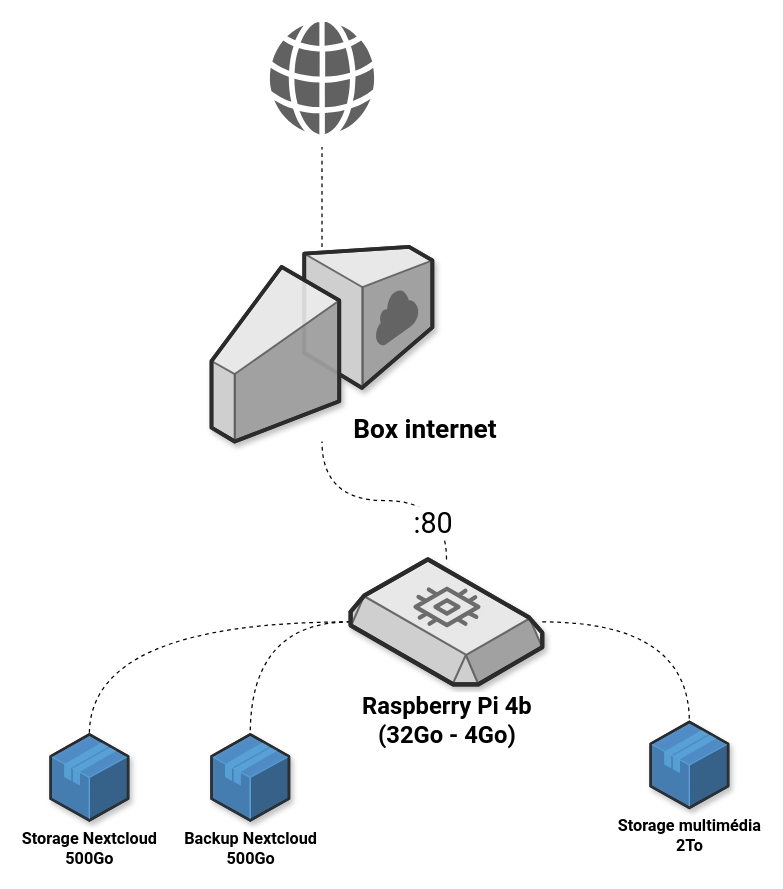
adrien-chinour/infra-raspberry keeps this draw.io diagram as page "Hardware" (1 of 3) of architecture-raspberry.drawio. Above is the earlier version. Source tidied: cells renumbered, new cells numbered last; positions are measured from the earlier drawing's top-left corner, leaving out a move shared by most shapes. Both pictures are drawn from the tidied source at 125%, with x=0, y=0 at pixel (50, 21).
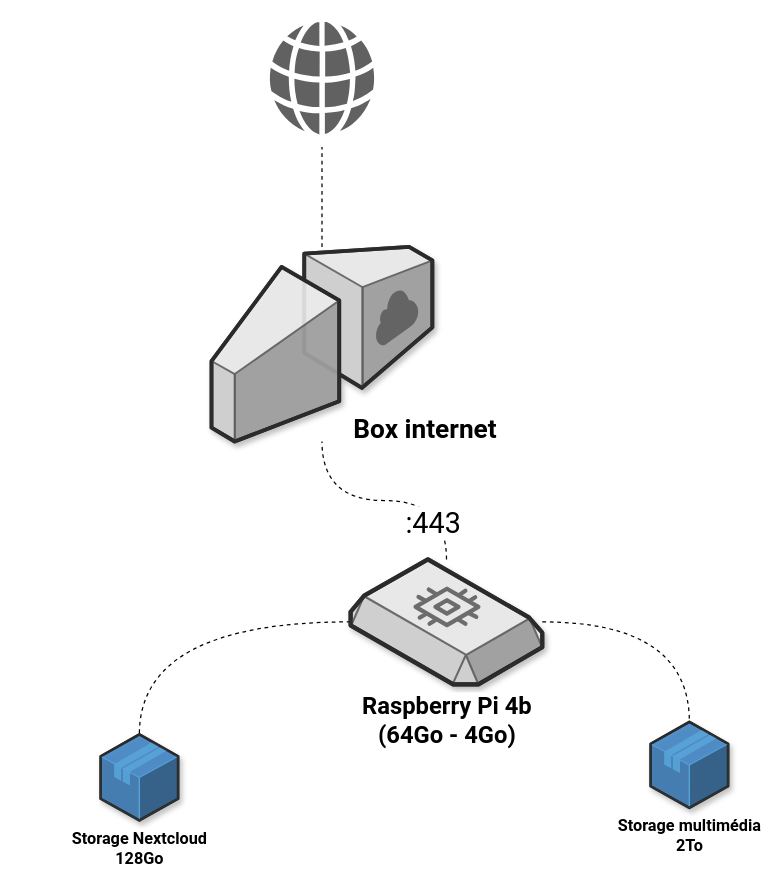
Above is the later version.

The edit, as a diff of the source:
```diff
@@
 <mxGraphModel>
   <root>
     <mxCell id="0" />
     <mxCell id="1" parent="0" />
     <mxCell id="2" style="shadow=0;dashed=0;html=1;strokeColor=none;fillColor=#505050;labelPosition=center;verticalLabelPosition=bottom;verticalAlign=top;align=center;shape=mxgraph.office.concepts.globe_internet;labelBackgroundColor=#ffffff;fontFamily=Garamond;fontSize=22;fontColor=#000000;opacity=90;" parent="1" vertex="1">
       <mxGeometry x="174.9" width="84.4" height="90" as="geometry" />
     </mxCell>
     <mxCell id="3" style="edgeStyle=orthogonalEdgeStyle;curved=1;rounded=0;jettySize=auto;html=1;dashed=1;endArrow=none;endFill=0;fontFamily=Garamond;fontSize=22;fontColor=#000000;" parent="1" edge="1" source="8" target="10">
       <mxGeometry relative="1" as="geometry" />
     </mxCell>
     <mxCell id="4" style="edgeStyle=orthogonalEdgeStyle;curved=1;rounded=0;jettySize=auto;html=1;dashed=1;endArrow=none;endFill=0;fontFamily=Garamond;fontSize=22;fontColor=#000000;" parent="1" edge="1" source="8" target="9">
       <mxGeometry relative="1" as="geometry" />
     </mxCell>
     <mxCell id="5" style="edgeStyle=orthogonalEdgeStyle;curved=1;rounded=0;jettySize=auto;html=1;dashed=1;endArrow=none;endFill=0;fontFamily=Garamond;fontSize=22;fontColor=#000000;" parent="1" edge="1" source="8" target="12">
       <mxGeometry relative="1" as="geometry" />
     </mxCell>
-    <mxCell id="6" value=":80" style="edgeLabel;html=1;align=center;verticalAlign=middle;fontSize=23;fontFamily=Roboto;fontColor=#000000;" parent="5" vertex="1">
+    <mxCell id="6" value=":443" style="edgeLabel;html=1;align=center;verticalAlign=middle;fontSize=23;fontFamily=Roboto;fontColor=#000000;" parent="5" vertex="1">
       <mxGeometry x="-0.64" y="11" relative="1" as="geometry">
         <mxPoint x="-0.3" y="5" as="offset" />
       </mxGeometry>
     </mxCell>
-    <mxCell id="7" style="edgeStyle=orthogonalEdgeStyle;curved=1;rounded=0;jettySize=auto;html=1;dashed=1;endArrow=none;endFill=0;fontFamily=Roboto;fontSize=13;fontColor=#000000;" parent="1" edge="1" source="8" target="14">
-      <mxGeometry relative="1" as="geometry" />
-    </mxCell>
-    <mxCell id="8" value="&lt;div style=&quot;font-size: 19px;&quot;&gt;&lt;font style=&quot;font-size: 19px;&quot;&gt;Raspberry Pi 4b &lt;br style=&quot;font-size: 19px;&quot;&gt;&lt;/font&gt;&lt;/div&gt;&lt;div style=&quot;font-size: 19px;&quot;&gt;&lt;font style=&quot;font-size: 19px;&quot;&gt;(32Go - 4Go)&lt;/font&gt;&lt;/div&gt;" style="verticalLabelPosition=bottom;html=1;verticalAlign=top;strokeWidth=1;align=center;outlineConnect=0;dashed=0;outlineConnect=0;shape=mxgraph.aws3d.ebs2;fillColor=#ECECEC;strokeColor=#5E5E5E;shadow=1;labelBackgroundColor=#ffffff;fontFamily=Roboto;fontSize=19;fontColor=#000000;opacity=90;fontStyle=1;" parent="1" vertex="1">
+    <mxCell id="8" value="&lt;div style=&quot;font-size: 19px&quot;&gt;&lt;font style=&quot;font-size: 19px&quot;&gt;Raspberry Pi 4b &lt;br style=&quot;font-size: 19px&quot;&gt;&lt;/font&gt;&lt;/div&gt;&lt;div style=&quot;font-size: 19px&quot;&gt;&lt;font style=&quot;font-size: 19px&quot;&gt;(64Go - 4Go)&lt;/font&gt;&lt;/div&gt;" style="verticalLabelPosition=bottom;html=1;verticalAlign=top;strokeWidth=1;align=center;outlineConnect=0;dashed=0;outlineConnect=0;shape=mxgraph.aws3d.ebs2;fillColor=#ECECEC;strokeColor=#5E5E5E;shadow=1;labelBackgroundColor=#ffffff;fontFamily=Roboto;fontSize=19;fontColor=#000000;opacity=90;fontStyle=1;" parent="1" vertex="1">
       <mxGeometry x="240" y="430" width="153.3" height="100" as="geometry" />
     </mxCell>
-    <mxCell id="9" value="&lt;div style=&quot;font-size: 13px;&quot;&gt;Storage Nextcloud&lt;/div&gt;&lt;div style=&quot;font-size: 13px;&quot;&gt;500Go&lt;br style=&quot;font-size: 13px;&quot;&gt;&lt;/div&gt;" style="verticalLabelPosition=bottom;html=1;verticalAlign=top;strokeWidth=1;align=center;outlineConnect=0;dashed=0;outlineConnect=0;shape=mxgraph.aws3d.application;fillColor=#4286c5;strokeColor=#57A2D8;shadow=1;labelBackgroundColor=#ffffff;fontFamily=Roboto;fontSize=13;fontColor=#000000;opacity=90;fontStyle=1;" parent="1" vertex="1">
-      <mxGeometry y="570" width="62" height="68.8" as="geometry" />
+    <mxCell id="9" value="&lt;div style=&quot;font-size: 13px&quot;&gt;Storage Nextcloud&lt;/div&gt;&lt;div style=&quot;font-size: 13px&quot;&gt;128Go&lt;br style=&quot;font-size: 13px&quot;&gt;&lt;/div&gt;" style="verticalLabelPosition=bottom;html=1;verticalAlign=top;strokeWidth=1;align=center;outlineConnect=0;dashed=0;outlineConnect=0;shape=mxgraph.aws3d.application;fillColor=#4286c5;strokeColor=#57A2D8;shadow=1;labelBackgroundColor=#ffffff;fontFamily=Roboto;fontSize=13;fontColor=#000000;opacity=90;fontStyle=1;" parent="1" vertex="1">
+      <mxGeometry x="40" y="570" width="62" height="68.8" as="geometry" />
     </mxCell>
     <mxCell id="10" value="&lt;div&gt;Storage multimédia &lt;br&gt;&lt;/div&gt;&lt;div&gt;2To&lt;/div&gt;" style="verticalLabelPosition=bottom;html=1;verticalAlign=top;strokeWidth=1;align=center;outlineConnect=0;dashed=0;outlineConnect=0;shape=mxgraph.aws3d.application;fillColor=#4286c5;strokeColor=#57A2D8;shadow=1;labelBackgroundColor=#ffffff;fontFamily=Roboto;fontSize=13;fontColor=#000000;opacity=90;fontStyle=1;" parent="1" vertex="1">
       <mxGeometry x="480" y="560" width="62" height="68.8" as="geometry" />
     </mxCell>
     <mxCell id="11" style="edgeStyle=orthogonalEdgeStyle;curved=1;rounded=0;jettySize=auto;html=1;dashed=1;endArrow=none;endFill=0;fontFamily=Garamond;fontSize=22;fontColor=#000000;" parent="1" edge="1" source="12">
       <mxGeometry relative="1" as="geometry">
         <mxPoint x="217.1" y="100" as="targetPoint" />
       </mxGeometry>
     </mxCell>
     <mxCell id="12" style="verticalLabelPosition=bottom;html=1;verticalAlign=top;strokeWidth=1;align=center;outlineConnect=0;dashed=0;outlineConnect=0;shape=mxgraph.aws3d.internetGateway;fillColor=#ECECEC;strokeColor=#5E5E5E;shadow=1;labelBackgroundColor=#ffffff;fontFamily=Garamond;fontSize=22;fontColor=#000000;opacity=90;" parent="1" vertex="1">
       <mxGeometry x="128.7" y="180" width="176.7" height="155.7" as="geometry" />
     </mxCell>
     <mxCell id="13" value="&lt;font style=&quot;font-size: 21px&quot;&gt;&lt;b&gt;Box internet&lt;br&gt;&lt;/b&gt;&lt;/font&gt;" style="text;html=1;strokeColor=none;fillColor=none;align=center;verticalAlign=middle;whiteSpace=wrap;rounded=0;shadow=1;labelBackgroundColor=#ffffff;fontFamily=Roboto;fontSize=19;fontColor=#000000;opacity=90;" parent="1" vertex="1">
       <mxGeometry x="240" y="315.6" width="120" height="20" as="geometry" />
     </mxCell>
-    <mxCell id="14" value="&lt;div style=&quot;font-size: 13px&quot;&gt;Backup Nextcloud&lt;br&gt;&lt;/div&gt;&lt;div style=&quot;font-size: 13px&quot;&gt;500Go&lt;br style=&quot;font-size: 13px&quot;&gt;&lt;/div&gt;" style="verticalLabelPosition=bottom;html=1;verticalAlign=top;strokeWidth=1;align=center;outlineConnect=0;dashed=0;outlineConnect=0;shape=mxgraph.aws3d.application;fillColor=#4286c5;strokeColor=#57A2D8;shadow=1;labelBackgroundColor=#ffffff;fontFamily=Roboto;fontSize=13;fontColor=#000000;opacity=90;fontStyle=1;" parent="1" vertex="1">
-      <mxGeometry x="128.7" y="570" width="62" height="68.8" as="geometry" />
-    </mxCell>
   </root>
 </mxGraphModel>
```
